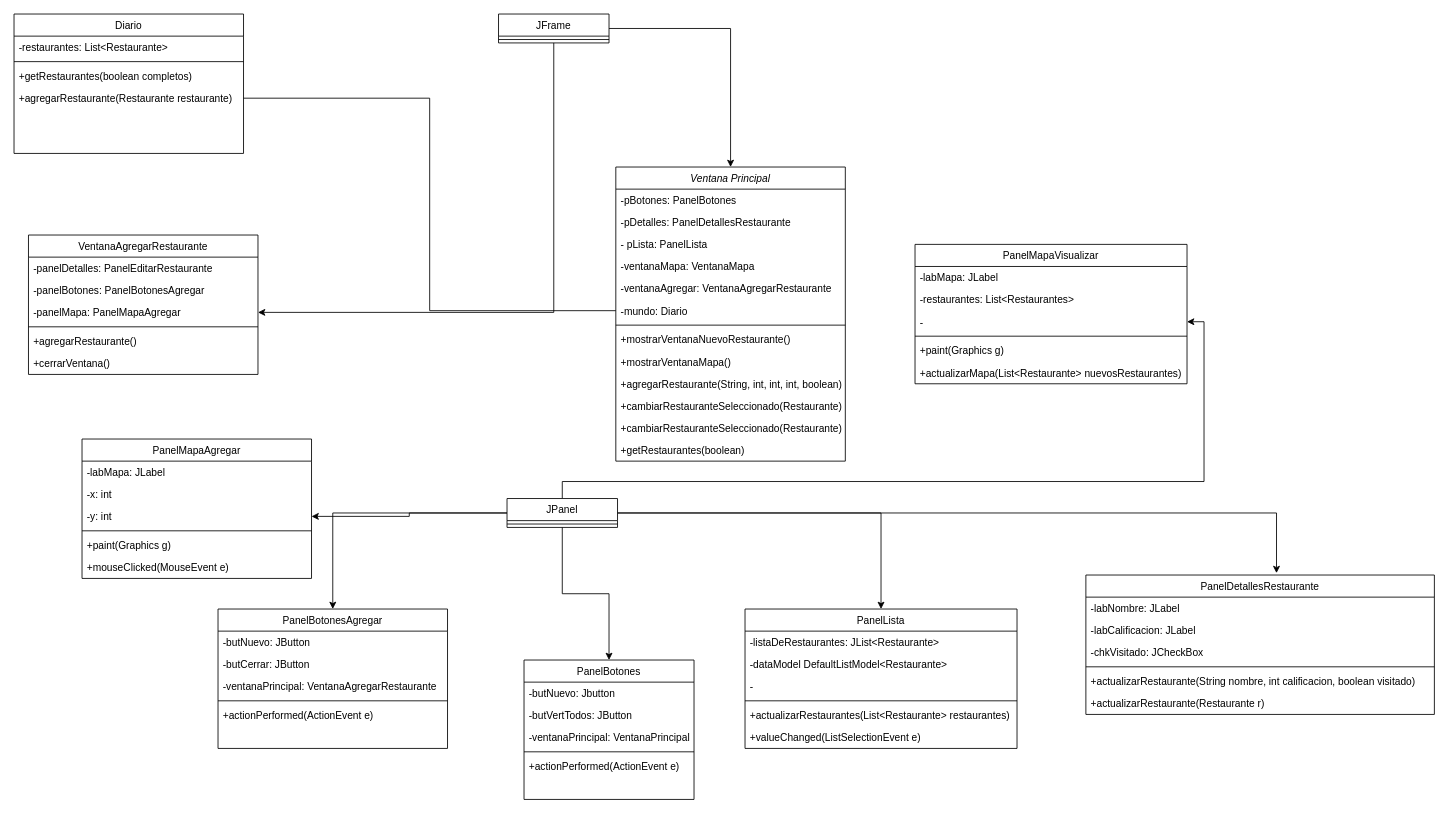
Mleschhorn/DPOO-Taller-6 keeps this draw.io diagram as Untitled Diagram.drawio. Above is the earlier version. Source tidied: cells renumbered, new cells numbered last; positions are measured from the earlier drawing's top-left corner, leaving out a move shared by most shapes. Both pictures are drawn from the tidied source at 85%, with x=0, y=0 at pixel (14, 14).
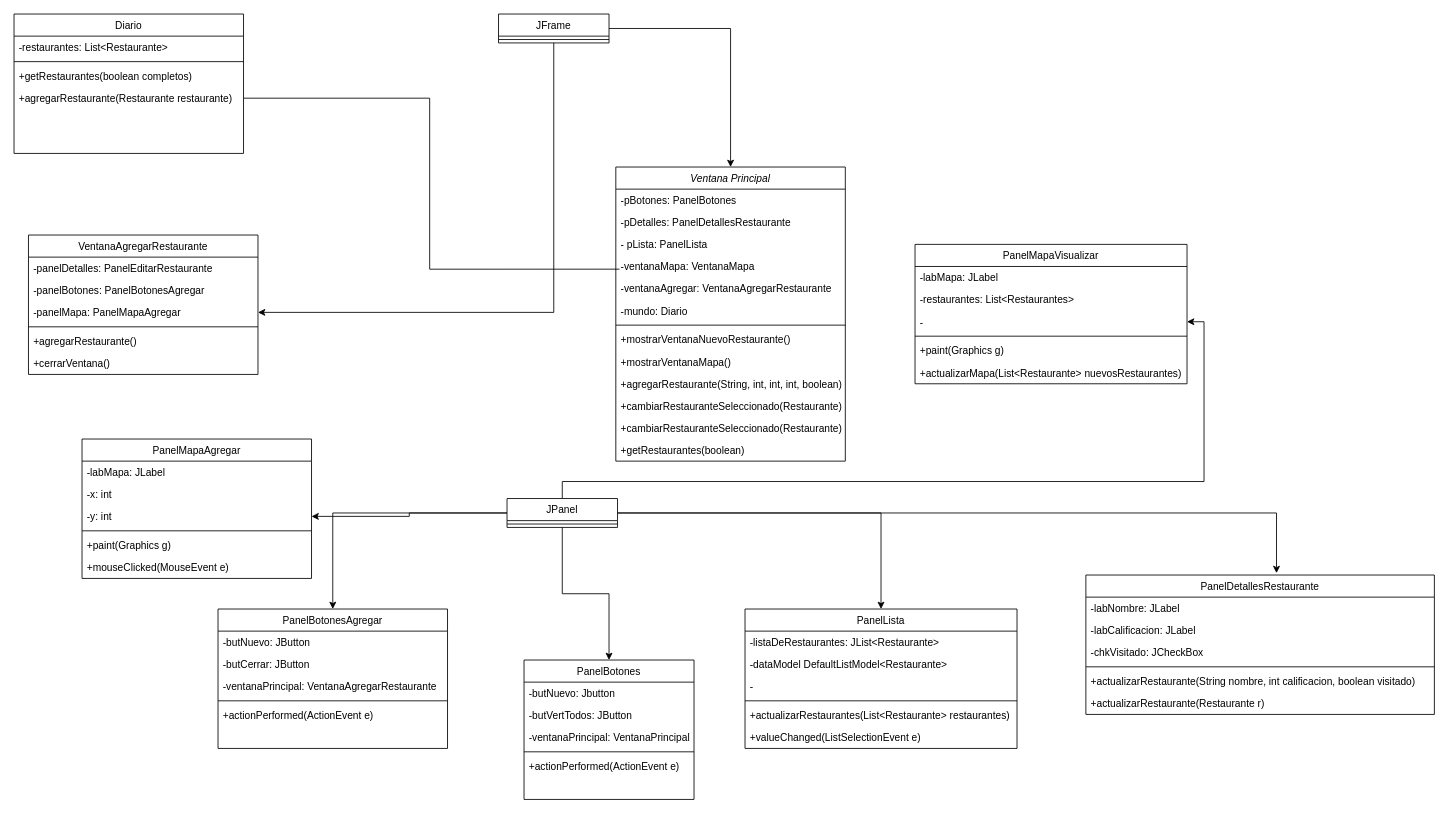
The same page after the edit.

The change refers to these unchanged cells:
```xml
<mxCell id="7" value="-ventanaAgregar: VentanaAgregarRestaurante" style="text;align=left;verticalAlign=top;spacingLeft=4;spacingRight=4;overflow=hidden;points=[[0,0.5],[1,0.5]];portConstraint=eastwest;rounded=0;shadow=0;html=0;" parent="2" vertex="1">
  <mxGeometry y="130" width="270" height="26" as="geometry" />
</mxCell>
<mxCell id="8" value="-mundo: Diario" style="text;align=left;verticalAlign=top;spacingLeft=4;spacingRight=4;overflow=hidden;points=[[0,0.5],[1,0.5]];portConstraint=eastwest;rounded=0;shadow=0;html=0;" parent="2" vertex="1">
  <mxGeometry y="156" width="270" height="26" as="geometry" />
</mxCell>
<mxCell id="67" value="+agregarRestaurante(Restaurante restaurante)" style="text;align=left;verticalAlign=top;spacingLeft=4;spacingRight=4;overflow=hidden;points=[[0,0.5],[1,0.5]];portConstraint=eastwest;fontStyle=0;" parent="63" vertex="1">
  <mxGeometry y="86" width="270" height="26" as="geometry" />
</mxCell>
```

The edit, as a diff of the source:
```diff
@@
-    <mxCell id="80" style="edgeStyle=orthogonalEdgeStyle;rounded=0;jettySize=auto;html=1;entryX=0;entryY=0.5;entryDx=0;entryDy=0;endArrow=none;endFill=0;" parent="1" edge="1" source="67" target="8">
+    <mxCell id="80" style="edgeStyle=orthogonalEdgeStyle;rounded=0;jettySize=auto;html=1;endArrow=none;endFill=0;entryX=0.016;entryY=-0.378;entryDx=0;entryDy=0;entryPerimeter=0;" parent="1" edge="1" source="67" target="7">
       <mxGeometry relative="1" as="geometry" />
     </mxCell>
```
